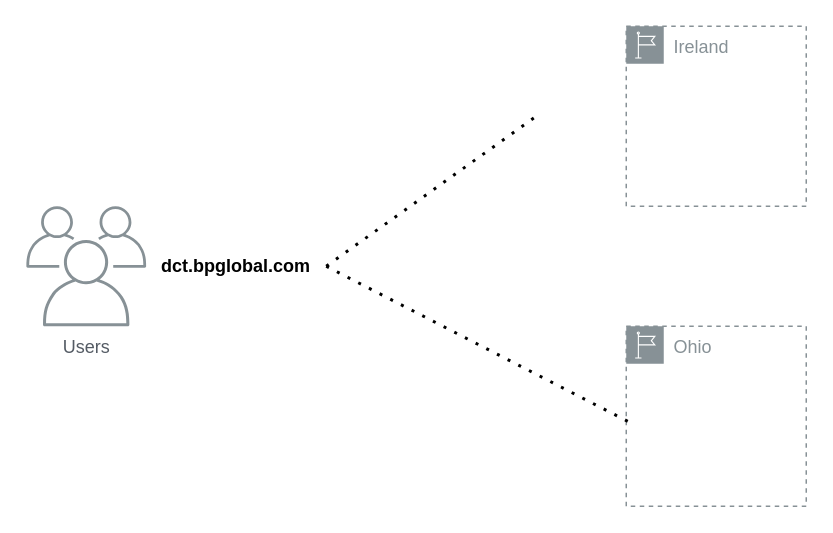
Above: Untitled Diagram.drawio in surajnaik90/Architectures-Designs (draw.io), before the change. Source tidied: cells renumbered, new cells numbered last; positions are measured from the earlier drawing's top-left corner, leaving out a move shared by most shapes. Both pictures are drawn from the tidied source at 150%, with x=0, y=0 at pixel (26, 26). Pictures stored in the file or linked from it are replaced by grey dashed boxes.
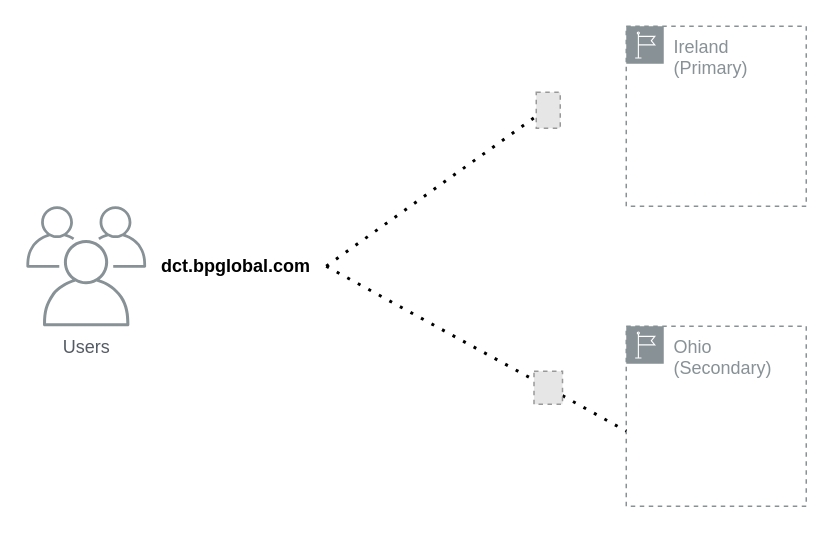
The same diagram, later.

Change to the diagram source:
```diff
@@
 <mxGraphModel>
   <root>
     <mxCell id="0" />
     <mxCell id="1" parent="0" />
-    <mxCell id="2" value="Ireland" style="sketch=0;gradientColor=none;html=1;whiteSpace=wrap;fontSize=12;fontStyle=0;shape=mxgraph.aws4.group;grIcon=mxgraph.aws4.group_region;strokeColor=#879196;fillColor=none;verticalAlign=top;align=left;spacingLeft=30;fontColor=#879196;dashed=1;" parent="1" vertex="1">
+    <mxCell id="2" value="Ireland (Primary)&lt;br&gt;" style="sketch=0;gradientColor=none;html=1;whiteSpace=wrap;fontSize=12;fontStyle=0;shape=mxgraph.aws4.group;grIcon=mxgraph.aws4.group_region;strokeColor=#879196;fillColor=none;verticalAlign=top;align=left;spacingLeft=30;fontColor=#879196;dashed=1;" parent="1" vertex="1">
       <mxGeometry x="400" width="120" height="120" as="geometry" />
     </mxCell>
-    <mxCell id="3" value="Ohio" style="sketch=0;gradientColor=none;html=1;whiteSpace=wrap;fontSize=12;fontStyle=0;shape=mxgraph.aws4.group;grIcon=mxgraph.aws4.group_region;strokeColor=#879196;fillColor=none;verticalAlign=top;align=left;spacingLeft=30;fontColor=#879196;dashed=1;" parent="1" vertex="1">
+    <mxCell id="3" value="Ohio (Secondary)&lt;br&gt;" style="sketch=0;gradientColor=none;html=1;whiteSpace=wrap;fontSize=12;fontStyle=0;shape=mxgraph.aws4.group;grIcon=mxgraph.aws4.group_region;strokeColor=#879196;fillColor=none;verticalAlign=top;align=left;spacingLeft=30;fontColor=#879196;dashed=1;" parent="1" vertex="1">
       <mxGeometry x="400" y="200" width="120" height="120" as="geometry" />
     </mxCell>
     <mxCell id="4" value="Users" style="sketch=0;gradientColor=none;fontColor=#545B64;strokeColor=none;fillColor=#879196;dashed=0;verticalLabelPosition=bottom;verticalAlign=top;align=center;html=1;fontSize=12;fontStyle=0;shape=mxgraph.aws4.illustration_users;" parent="1" vertex="1">
       <mxGeometry y="120" width="80" height="80" as="geometry" />
     </mxCell>
     <mxCell id="5" style="endArrow=none;dashed=1;html=1;dashPattern=1 3;strokeWidth=2;rounded=0;" parent="1" edge="1">
       <mxGeometry relative="1" as="geometry">
         <mxPoint x="200" y="160" as="sourcePoint" />
         <mxPoint x="340" y="60" as="targetPoint" />
       </mxGeometry>
     </mxCell>
-    <mxCell id="6" style="endArrow=none;dashed=1;html=1;dashPattern=1 3;strokeWidth=2;rounded=0;" parent="1" edge="1">
-      <mxGeometry relative="1" as="geometry">
-        <mxPoint x="200" y="160" as="sourcePoint" />
-        <mxPoint x="402" y="263.9" as="targetPoint" />
-      </mxGeometry>
-    </mxCell>
     <mxCell id="7" value="dct.bpglobal.com" style="text;html=1;strokeColor=none;fillColor=none;align=center;verticalAlign=middle;whiteSpace=wrap;rounded=0;fontStyle=1;" parent="1" vertex="1">
       <mxGeometry x="110" y="145" width="60" height="30" as="geometry" />
     </mxCell>
+    <mxCell id="8" style="fillColor=#E6E6E6;strokeColor=#999999;dashed=1;verticalLabelPosition=bottom;labelBackgroundColor=default;verticalAlign=top;" parent="1" vertex="1">
+      <mxGeometry x="340" y="44" width="16" height="24" as="geometry" />
+    </mxCell>
+    <mxCell id="9" style="endArrow=none;dashed=1;html=1;dashPattern=1 3;strokeWidth=2;rounded=0;startArrow=none;" parent="1" edge="1" source="11">
+      <mxGeometry relative="1" as="geometry">
+        <mxPoint x="400" y="269.9" as="targetPoint" />
+      </mxGeometry>
+    </mxCell>
+    <mxCell id="10" style="endArrow=none;dashed=1;html=1;dashPattern=1 3;strokeWidth=2;rounded=0;" parent="1" edge="1" target="11">
+      <mxGeometry relative="1" as="geometry">
+        <mxPoint x="200" y="160" as="sourcePoint" />
+      </mxGeometry>
+    </mxCell>
+    <mxCell id="11" style="fillColor=#E6E6E6;strokeColor=#999999;dashed=1;verticalLabelPosition=bottom;labelBackgroundColor=default;verticalAlign=top;" parent="1" vertex="1">
+      <mxGeometry x="338.5" y="230" width="19" height="22" as="geometry" />
+    </mxCell>
   </root>
 </mxGraphModel>
```
